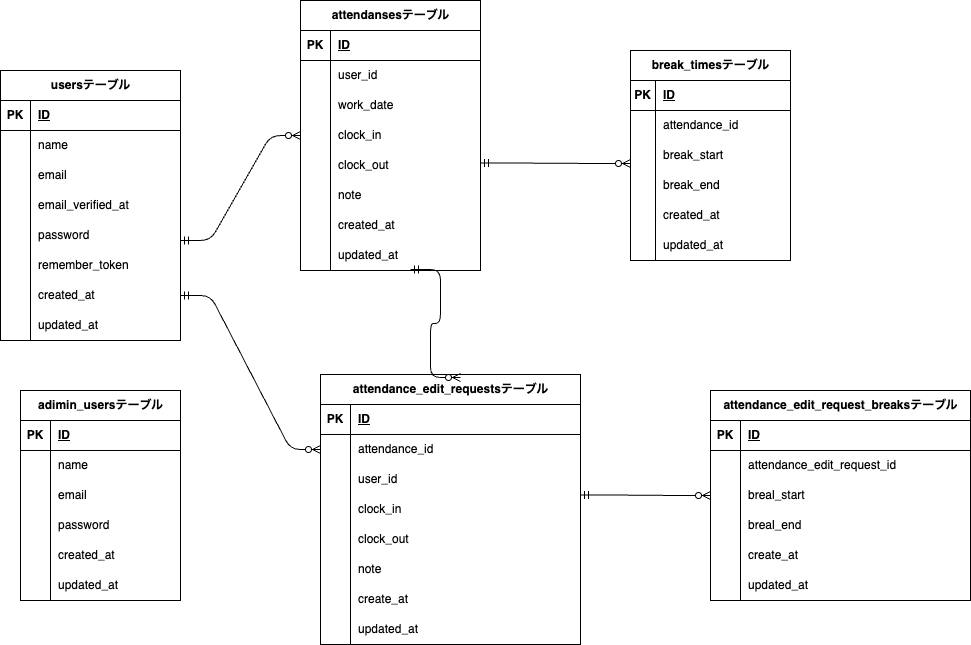
The draw.io diagram Mock-caseER.drawio.png in kazyuaki/attendance-app, before a commit. Source tidied: cells renumbered, new cells last; positions are measured from the earlier drawing's top-left corner, leaving out a move shared by most shapes.
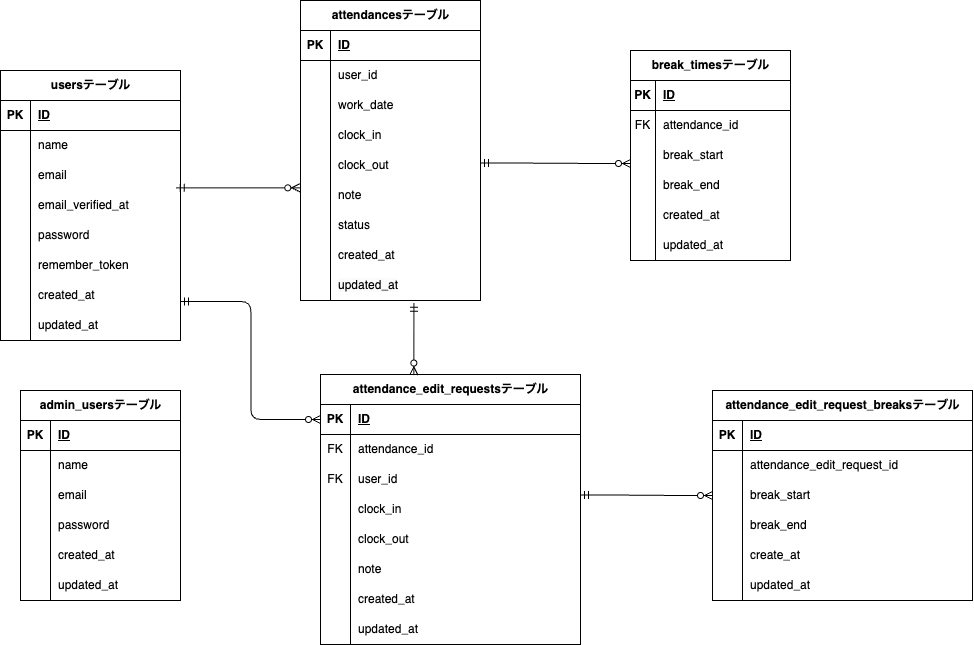
The same diagram one commit later.

The edit, as a diff of the source:
```diff
@@ -77,7 +77,7 @@
     <mxCell id="26" value="updated_at" style="shape=partialRectangle;fillColor=none;top=0;left=0;bottom=0;right=0;align=left;spacingLeft=6;overflow=hidden;whiteSpace=wrap;html=1;" parent="24" vertex="1">
       <mxGeometry x="30" width="150" height="30" as="geometry" />
     </mxCell>
-    <mxCell id="27" value="adimin_usersテーブル" style="shape=table;startSize=30;rowLines=0;fontStyle=1;align=center;html=1;" parent="1" vertex="1">
+    <mxCell id="27" value="admin_usersテーブル" style="shape=table;startSize=30;rowLines=0;fontStyle=1;align=center;html=1;" parent="1" vertex="1">
       <mxGeometry x="20" y="390" width="160" height="210" as="geometry" />
     </mxCell>
     <mxCell id="28" style="shape=tableRow;horizontal=0;startSize=0;swimlaneHead=0;swimlaneBody=0;fillColor=none;top=0;left=0;right=0;bottom=1;" parent="27" vertex="1">
@@ -149,7 +149,7 @@
     <mxCell id="50" style="shape=tableRow;horizontal=0;startSize=0;swimlaneHead=0;swimlaneBody=0;fillColor=none;top=0;left=0;right=0;bottom=0;" parent="46" vertex="1">
       <mxGeometry y="60" width="160" height="30" as="geometry" />
     </mxCell>
-    <mxCell id="51" style="shape=partialRectangle;fillColor=none;top=0;left=0;bottom=0;right=0;overflow=hidden;whiteSpace=wrap;html=1;" parent="50" vertex="1">
+    <mxCell id="51" value="FK" style="shape=partialRectangle;fillColor=none;top=0;left=0;bottom=0;right=0;overflow=hidden;whiteSpace=wrap;html=1;" parent="50" vertex="1">
       <mxGeometry width="25" height="30" as="geometry" />
     </mxCell>
     <mxCell id="52" value="attendance_id" style="shape=partialRectangle;fillColor=none;top=0;left=0;bottom=0;right=0;align=left;spacingLeft=6;overflow=hidden;whiteSpace=wrap;html=1;" parent="50" vertex="1">
@@ -191,8 +191,11 @@
     <mxCell id="64" value="&lt;span style=&quot;color: rgb(0, 0, 0);&quot;&gt;updated_at&lt;/span&gt;" style="shape=partialRectangle;fillColor=none;top=0;left=0;bottom=0;right=0;align=left;spacingLeft=6;overflow=hidden;whiteSpace=wrap;html=1;" parent="62" vertex="1">
       <mxGeometry x="25" width="135" height="30" as="geometry" />
     </mxCell>
+    <mxCell id="139" style="edgeStyle=none;html=1;" parent="1" edge="1" source="75" target="78">
+      <mxGeometry relative="1" as="geometry" />
+    </mxCell>
-    <mxCell id="65" value="attendansesテーブル" style="shape=table;startSize=30;rowLines=0;fontStyle=1;align=center;html=1;" parent="1" vertex="1">
-      <mxGeometry x="300" width="180" height="270" as="geometry" />
+    <mxCell id="65" value="attendancesテーブル" style="shape=table;startSize=30;rowLines=0;fontStyle=1;align=center;html=1;" parent="1" vertex="1">
+      <mxGeometry x="300" width="180" height="300" as="geometry" />
     </mxCell>
     <mxCell id="66" style="shape=tableRow;horizontal=0;startSize=0;swimlaneHead=0;swimlaneBody=0;fillColor=none;top=0;left=0;right=0;bottom=1;" parent="65" vertex="1">
       <mxGeometry y="30" width="180" height="30" as="geometry" />
@@ -254,7 +257,7 @@
     <mxCell id="85" style="shape=partialRectangle;fillColor=none;top=0;left=0;bottom=0;right=0;overflow=hidden;whiteSpace=wrap;html=1;" parent="84" vertex="1">
       <mxGeometry width="30" height="30" as="geometry" />
     </mxCell>
-    <mxCell id="86" value="&lt;span style=&quot;color: rgb(0, 0, 0);&quot;&gt;created_at&lt;/span&gt;" style="shape=partialRectangle;fillColor=none;top=0;left=0;bottom=0;right=0;align=left;spacingLeft=6;overflow=hidden;whiteSpace=wrap;html=1;" parent="84" vertex="1">
+    <mxCell id="86" value="status" style="shape=partialRectangle;fillColor=none;top=0;left=0;bottom=0;right=0;align=left;spacingLeft=6;overflow=hidden;whiteSpace=wrap;html=1;" parent="84" vertex="1">
       <mxGeometry x="30" width="150" height="30" as="geometry" />
     </mxCell>
     <mxCell id="87" style="shape=tableRow;horizontal=0;startSize=0;swimlaneHead=0;swimlaneBody=0;fillColor=none;points=[[0,0.5],[1,0.5]];portConstraint=eastwest;top=0;left=0;right=0;bottom=0;" parent="65" vertex="1">
@@ -263,9 +266,18 @@
     <mxCell id="88" style="shape=partialRectangle;fillColor=none;top=0;left=0;bottom=0;right=0;overflow=hidden;whiteSpace=wrap;html=1;" parent="87" vertex="1">
       <mxGeometry width="30" height="30" as="geometry" />
     </mxCell>
-    <mxCell id="89" value="&lt;span style=&quot;color: rgb(0, 0, 0);&quot;&gt;updated_at&lt;/span&gt;" style="shape=partialRectangle;fillColor=none;top=0;left=0;bottom=0;right=0;align=left;spacingLeft=6;overflow=hidden;whiteSpace=wrap;html=1;" parent="87" vertex="1">
+    <mxCell id="89" value="&lt;span style=&quot;color: rgb(0, 0, 0);&quot;&gt;created_at&lt;/span&gt;" style="shape=partialRectangle;fillColor=none;top=0;left=0;bottom=0;right=0;align=left;spacingLeft=6;overflow=hidden;whiteSpace=wrap;html=1;" parent="87" vertex="1">
       <mxGeometry x="30" width="150" height="30" as="geometry" />
     </mxCell>
+    <mxCell id="140" style="shape=tableRow;horizontal=0;startSize=0;swimlaneHead=0;swimlaneBody=0;fillColor=none;points=[[0,0.5],[1,0.5]];portConstraint=eastwest;top=0;left=0;right=0;bottom=0;" parent="65" vertex="1">
+      <mxGeometry y="270" width="180" height="30" as="geometry" />
+    </mxCell>
+    <mxCell id="141" style="shape=partialRectangle;fillColor=none;top=0;left=0;bottom=0;right=0;overflow=hidden;whiteSpace=wrap;html=1;" parent="140" vertex="1">
+      <mxGeometry width="30" height="30" as="geometry" />
+    </mxCell>
+    <mxCell id="142" value="&lt;meta charset=&quot;utf-8&quot;&gt;&lt;span style=&quot;color: rgb(0, 0, 0); font-family: Helvetica; font-size: 12px; font-style: normal; font-variant-ligatures: normal; font-variant-caps: normal; font-weight: 400; letter-spacing: normal; orphans: 2; text-align: left; text-indent: 0px; text-transform: none; widows: 2; word-spacing: 0px; -webkit-text-stroke-width: 0px; white-space: normal; background-color: rgb(251, 251, 251); text-decoration-thickness: initial; text-decoration-style: initial; text-decoration-color: initial; display: inline !important; float: none;&quot;&gt;updated_at&lt;/span&gt;" style="shape=partialRectangle;fillColor=none;top=0;left=0;bottom=0;right=0;align=left;spacingLeft=6;overflow=hidden;whiteSpace=wrap;html=1;" parent="140" vertex="1">
+      <mxGeometry x="30" width="150" height="30" as="geometry" />
+    </mxCell>
     <mxCell id="90" value="attendance_edit_requestsテーブル" style="shape=table;startSize=30;rowLines=0;fontStyle=1;align=center;html=1;" parent="1" vertex="1">
       <mxGeometry x="320" y="374" width="260" height="270" as="geometry" />
     </mxCell>
@@ -281,7 +293,7 @@
     <mxCell id="94" style="shape=tableRow;horizontal=0;startSize=0;swimlaneHead=0;swimlaneBody=0;fillColor=none;points=[[0,0.5],[1,0.5]];portConstraint=eastwest;top=0;left=0;right=0;bottom=0;" parent="90" vertex="1">
       <mxGeometry y="60" width="260" height="30" as="geometry" />
     </mxCell>
-    <mxCell id="95" style="shape=partialRectangle;fillColor=none;top=0;left=0;bottom=0;right=0;overflow=hidden;whiteSpace=wrap;html=1;" parent="94" vertex="1">
+    <mxCell id="95" value="FK" style="shape=partialRectangle;fillColor=none;top=0;left=0;bottom=0;right=0;overflow=hidden;whiteSpace=wrap;html=1;" parent="94" vertex="1">
       <mxGeometry width="30" height="30" as="geometry" />
     </mxCell>
     <mxCell id="96" value="attendance_id" style="shape=partialRectangle;fillColor=none;top=0;left=0;bottom=0;right=0;align=left;spacingLeft=6;overflow=hidden;whiteSpace=wrap;html=1;" parent="94" vertex="1">
@@ -290,7 +302,7 @@
     <mxCell id="97" style="shape=tableRow;horizontal=0;startSize=0;swimlaneHead=0;swimlaneBody=0;fillColor=none;top=0;left=0;right=0;bottom=0;" parent="90" vertex="1">
       <mxGeometry y="90" width="260" height="30" as="geometry" />
     </mxCell>
-    <mxCell id="98" style="shape=partialRectangle;fillColor=none;top=0;left=0;bottom=0;right=0;overflow=hidden;whiteSpace=wrap;html=1;" parent="97" vertex="1">
+    <mxCell id="98" value="FK" style="shape=partialRectangle;fillColor=none;top=0;left=0;bottom=0;right=0;overflow=hidden;whiteSpace=wrap;html=1;" parent="97" vertex="1">
       <mxGeometry width="30" height="30" as="geometry" />
     </mxCell>
     <mxCell id="99" value="user_id" style="shape=partialRectangle;fillColor=none;top=0;left=0;bottom=0;right=0;align=left;spacingLeft=6;overflow=hidden;whiteSpace=wrap;html=1;" parent="97" vertex="1">
@@ -329,7 +341,7 @@
     <mxCell id="110" style="shape=partialRectangle;fillColor=none;top=0;left=0;bottom=0;right=0;overflow=hidden;whiteSpace=wrap;html=1;" parent="109" vertex="1">
       <mxGeometry width="30" height="30" as="geometry" />
     </mxCell>
-    <mxCell id="111" value="create_at" style="shape=partialRectangle;fillColor=none;top=0;left=0;bottom=0;right=0;align=left;spacingLeft=6;overflow=hidden;whiteSpace=wrap;html=1;" parent="109" vertex="1">
+    <mxCell id="111" value="&lt;span style=&quot;color: rgb(0, 0, 0);&quot;&gt;created_at&lt;/span&gt;" style="shape=partialRectangle;fillColor=none;top=0;left=0;bottom=0;right=0;align=left;spacingLeft=6;overflow=hidden;whiteSpace=wrap;html=1;" parent="109" vertex="1">
       <mxGeometry x="30" width="230" height="30" as="geometry" />
     </mxCell>
     <mxCell id="112" style="shape=tableRow;horizontal=0;startSize=0;swimlaneHead=0;swimlaneBody=0;fillColor=none;top=0;left=0;right=0;bottom=0;" parent="90" vertex="1">
@@ -338,48 +350,17 @@
     <mxCell id="113" style="shape=partialRectangle;fillColor=none;top=0;left=0;bottom=0;right=0;overflow=hidden;whiteSpace=wrap;html=1;" parent="112" vertex="1">
       <mxGeometry width="30" height="30" as="geometry" />
     </mxCell>
-    <mxCell id="114" value="updated_at" style="shape=partialRectangle;fillColor=none;top=0;left=0;bottom=0;right=0;align=left;spacingLeft=6;overflow=hidden;whiteSpace=wrap;html=1;" parent="112" vertex="1">
+    <mxCell id="114" value="&lt;span style=&quot;color: rgb(0, 0, 0);&quot;&gt;updated_at&lt;/span&gt;" style="shape=partialRectangle;fillColor=none;top=0;left=0;bottom=0;right=0;align=left;spacingLeft=6;overflow=hidden;whiteSpace=wrap;html=1;" parent="112" vertex="1">
       <mxGeometry x="30" width="230" height="30" as="geometry" />
     </mxCell>
-    <mxCell id="115" style="edgeStyle=entityRelationEdgeStyle;fontSize=12;html=1;endArrow=ERzeroToMany;startArrow=ERmandOne;entryX=0;entryY=0.5;entryDx=0;entryDy=0;" parent="1" edge="1" target="75">
-      <mxGeometry relative="1" as="geometry">
-        <mxPoint x="180" y="240" as="sourcePoint" />
-      </mxGeometry>
-    </mxCell>
     <mxCell id="116" style="edgeStyle=entityRelationEdgeStyle;fontSize=12;html=1;endArrow=ERzeroToMany;startArrow=ERmandOne;" parent="1" edge="1">
       <mxGeometry relative="1" as="geometry">
         <mxPoint x="480" y="162.5" as="sourcePoint" />
         <mxPoint x="630" y="163" as="targetPoint" />
       </mxGeometry>
     </mxCell>
-    <mxCell id="117" style="edgeStyle=entityRelationEdgeStyle;fontSize=12;html=1;endArrow=ERzeroToMany;startArrow=ERmandOne;entryX=0;entryY=0.5;entryDx=0;entryDy=0;" parent="1" edge="1" target="94">
-      <mxGeometry relative="1" as="geometry">
-        <mxPoint x="180" y="295" as="sourcePoint" />
-      </mxGeometry>
-    </mxCell>
-    <mxCell id="118" style="edgeStyle=entityRelationEdgeStyle;fontSize=12;html=1;endArrow=ERzeroToMany;startArrow=ERmandOne;exitX=0.611;exitY=0.967;exitDx=0;exitDy=0;exitPerimeter=0;" parent="1" edge="1" source="87">
-      <mxGeometry relative="1" as="geometry">
-        <mxPoint x="460" y="377" as="targetPoint" />
-        <Array as="points">
-          <mxPoint x="480" y="210" />
-          <mxPoint x="480" y="230" />
-          <mxPoint x="490" y="340" />
-          <mxPoint x="450" y="340" />
-          <mxPoint x="468" y="301" />
-          <mxPoint x="500" y="340" />
-          <mxPoint x="440" y="301" />
-          <mxPoint x="590" y="460" />
-          <mxPoint x="507" y="270" />
-          <mxPoint x="460" y="221" />
-          <mxPoint x="580" y="460" />
-          <mxPoint x="510" y="370" />
-          <mxPoint x="380" y="171" />
-          <mxPoint x="500" y="281" />
-        </Array>
-      </mxGeometry>
-    </mxCell>
     <mxCell id="119" value="attendance_edit_request_breaksテーブル" style="shape=table;startSize=30;rowLines=0;fontStyle=1;align=center;html=1;" parent="1" vertex="1">
-      <mxGeometry x="710" y="390" width="260" height="210" as="geometry" />
+      <mxGeometry x="712" y="390" width="260" height="210" as="geometry" />
     </mxCell>
     <mxCell id="120" style="shape=tableRow;horizontal=0;startSize=0;swimlaneHead=0;swimlaneBody=0;fillColor=none;top=0;left=0;right=0;bottom=1;" parent="119" vertex="1">
       <mxGeometry y="30" width="260" height="30" as="geometry" />
@@ -405,7 +386,7 @@
     <mxCell id="127" style="shape=partialRectangle;fillColor=none;top=0;left=0;bottom=0;right=0;overflow=hidden;whiteSpace=wrap;html=1;" parent="126" vertex="1">
       <mxGeometry width="30" height="30" as="geometry" />
     </mxCell>
-    <mxCell id="128" value="breal_start" style="shape=partialRectangle;fillColor=none;top=0;left=0;bottom=0;right=0;align=left;spacingLeft=6;overflow=hidden;whiteSpace=wrap;html=1;" parent="126" vertex="1">
+    <mxCell id="128" value="break_start" style="shape=partialRectangle;fillColor=none;top=0;left=0;bottom=0;right=0;align=left;spacingLeft=6;overflow=hidden;whiteSpace=wrap;html=1;" parent="126" vertex="1">
       <mxGeometry x="30" width="230" height="30" as="geometry" />
     </mxCell>
     <mxCell id="129" style="shape=tableRow;horizontal=0;startSize=0;swimlaneHead=0;swimlaneBody=0;fillColor=none;top=0;left=0;right=0;bottom=0;" parent="119" vertex="1">
@@ -414,7 +395,7 @@
     <mxCell id="130" style="shape=partialRectangle;fillColor=none;top=0;left=0;bottom=0;right=0;overflow=hidden;whiteSpace=wrap;html=1;" parent="129" vertex="1">
       <mxGeometry width="30" height="30" as="geometry" />
     </mxCell>
-    <mxCell id="131" value="breal_end" style="shape=partialRectangle;fillColor=none;top=0;left=0;bottom=0;right=0;align=left;spacingLeft=6;overflow=hidden;whiteSpace=wrap;html=1;" parent="129" vertex="1">
+    <mxCell id="131" value="break_end" style="shape=partialRectangle;fillColor=none;top=0;left=0;bottom=0;right=0;align=left;spacingLeft=6;overflow=hidden;whiteSpace=wrap;html=1;" parent="129" vertex="1">
       <mxGeometry x="30" width="230" height="30" as="geometry" />
     </mxCell>
     <mxCell id="132" style="shape=tableRow;horizontal=0;startSize=0;swimlaneHead=0;swimlaneBody=0;fillColor=none;top=0;left=0;right=0;bottom=0;" parent="119" vertex="1">
@@ -440,5 +421,16 @@
         <mxPoint x="580" y="494.5" as="sourcePoint" />
       </mxGeometry>
     </mxCell>
+    <mxCell id="143" style="edgeStyle=elbowEdgeStyle;fontSize=12;html=1;endArrow=ERzeroToMany;startArrow=ERmandOne;endFill=0;" parent="1" edge="1" target="91">
+      <mxGeometry relative="1" as="geometry">
+        <mxPoint x="180" y="301" as="sourcePoint" />
+      </mxGeometry>
+    </mxCell>
+    <mxCell id="144" style="fontSize=12;html=1;endArrow=ERzeroToMany;startArrow=ERmandOne;entryX=0.359;entryY=0.002;entryDx=0;entryDy=0;entryPerimeter=0;exitX=0.63;exitY=1.088;exitDx=0;exitDy=0;exitPerimeter=0;" parent="1" edge="1" source="140" target="90">
+      <mxGeometry relative="1" as="geometry" />
+    </mxCell>
+    <mxCell id="145" style="fontSize=12;html=1;endArrow=ERzeroToMany;startArrow=ERmandOne;exitX=0.976;exitY=-0.088;exitDx=0;exitDy=0;exitPerimeter=0;entryX=-0.004;entryY=0.245;entryDx=0;entryDy=0;entryPerimeter=0;" parent="1" edge="1" source="12" target="81">
+      <mxGeometry relative="1" as="geometry" />
+    </mxCell>
   </root>
 </mxGraphModel>
```
